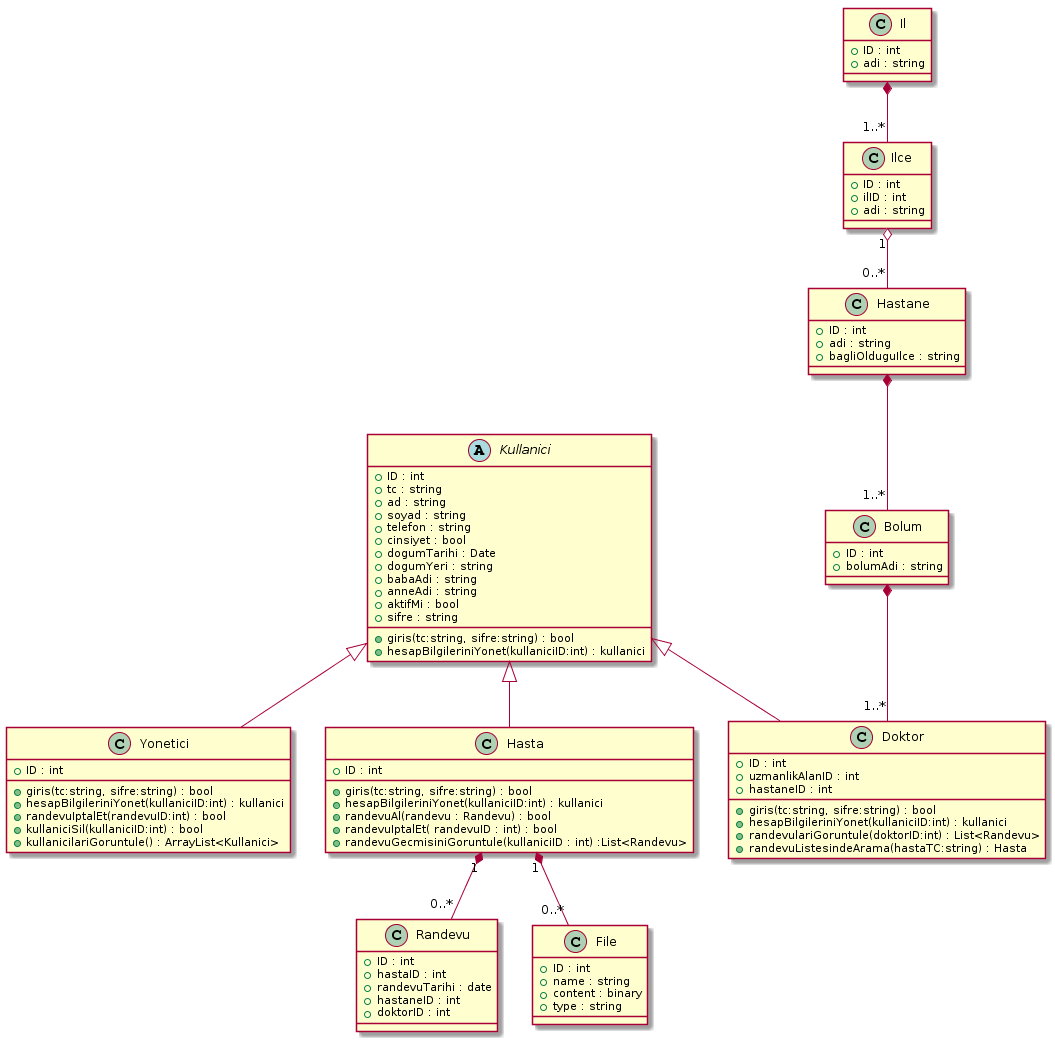
Earlier version of the PlantUML export HastaneRandevuSistemi/UML/ClassDiagram/classDiagram.png (yasamilten/TasarimOruntuleri). Its diagram source:
```plantuml
@startuml
abstract  class Kullanici {
  +{field} ID : int
  +{field} tc : string
  +{field} ad : string
  +{field} soyad : string
  +{field} telefon : string
  +{field} cinsiyet : bool
  +{field} dogumTarihi : Date
  +{field} dogumYeri : string
  +{field} babaAdi : string
  +{field} anneAdi : string
  +{field} aktifMi : bool
  +{field} sifre : string
  +{method} giris(tc:string, sifre:string) : bool
  +{method} hesapBilgileriniYonet(kullaniciID:int) : kullanici
}

Kullanici <|-- Yonetici

class Yonetici{
    +{field} ID : int
    +{method} giris(tc:string, sifre:string) : bool
    +{method} hesapBilgileriniYonet(kullaniciID:int) : kullanici
    +{method} randevuIptalEt(randevuID:int) : bool
    +{method} kullaniciSil(kullaniciID:int) : bool
    +{method} kullanicilariGoruntule() : ArrayList<Kullanici>
}

Kullanici <|-- Doktor

class Doktor{
    +{field} ID : int
    +{field} uzmanlikAlanID : int
    +{field} hastaneID : int
    +{method} giris(tc:string, sifre:string) : bool
    +{method} hesapBilgileriniYonet(kullaniciID:int) : kullanici
    +{method} randevulariGoruntule(doktorID:int) : List<Randevu>
    +{method} randevuListesindeArama(hastaTC:string) : Hasta
}

Kullanici <|-- Hasta

class Hasta{
    +{field} ID : int
    +{method} giris(tc:string, sifre:string) : bool
    +{method} hesapBilgileriniYonet(kullaniciID:int) : kullanici
    +{method} randevuAl(randevu : Randevu) : bool
    +{method} randevuIptalEt( randevuID : int) : bool
    +{method} randevuGecmisiniGoruntule(kullaniciID : int) :List<Randevu>
}

class Hastane{
    +{field} ID : int
    +{field} adi : string
    +{field} bagliOlduguIlce : string
}

class Il{
 +{field} ID : int
 +{field} adi : string
}

class Ilce{
 +{field} ID : int
 +{field} ilID : int
 +{field} adi : string
}

class Bolum{
    +{field} ID : int
    +{field} bolumAdi : string
}

class Randevu{
    +{field} ID : int
    +{field} hastaID : int
    +{field} randevuTarihi : date
    +{field} hastaneID : int
    +{field} doktorID : int
}

class File{
    +{field} ID : int
    +{field} name : string
    +{field} content : binary
    +{field} type : string
}

Il  *-- "1..*" Ilce

Hastane  *-- "1..*" Bolum

Bolum *-- "1..*" Doktor

Hasta "1" *-- "0..*" Randevu

Ilce "1" o-- "0..*" Hastane

Hasta "1" *-- "0..*" File
@enduml
```
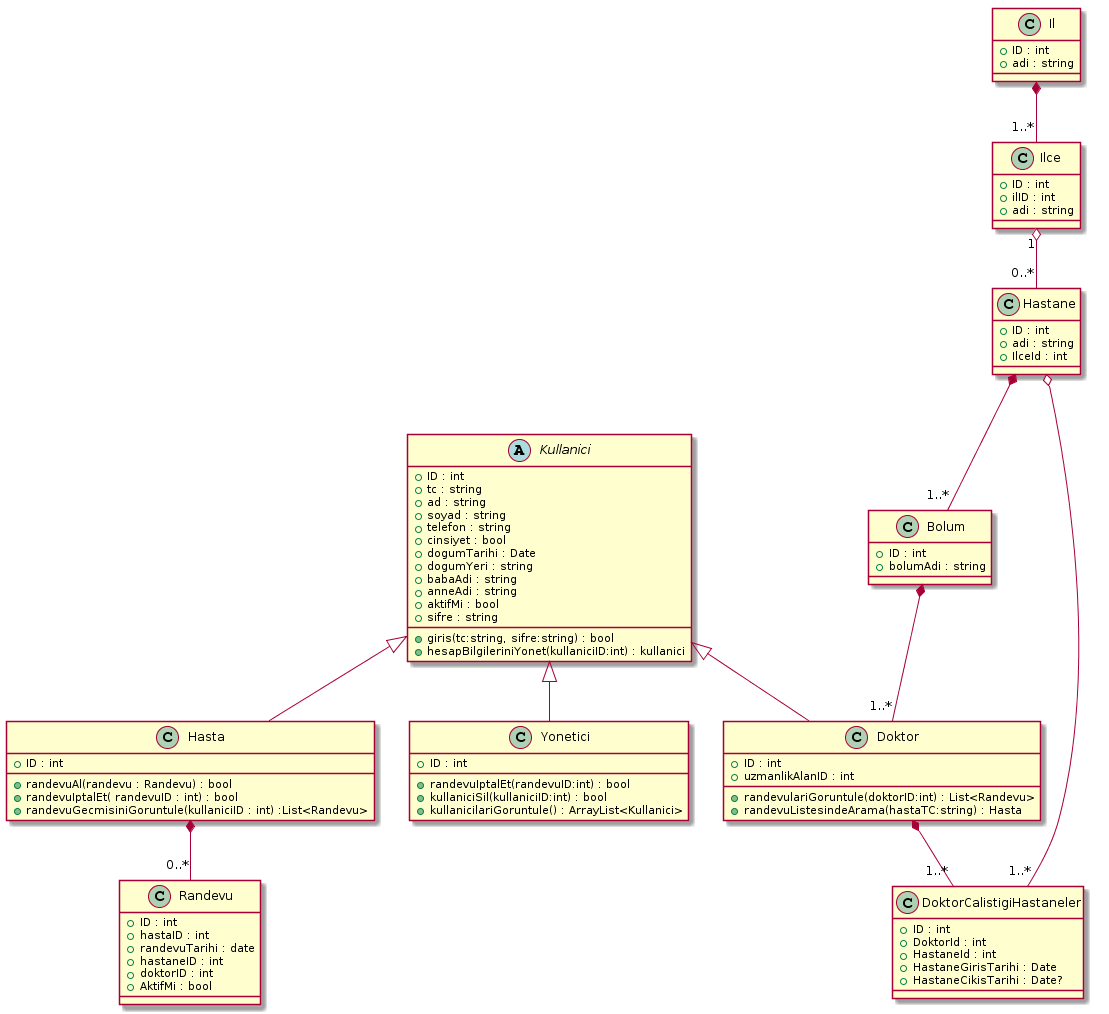
Above is the later version.

Diff of the diagram source:
```diff
@@ -20,8 +20,6 @@
 
 class Yonetici{
     +{field} ID : int
-    +{method} giris(tc:string, sifre:string) : bool
-    +{method} hesapBilgileriniYonet(kullaniciID:int) : kullanici
     +{method} randevuIptalEt(randevuID:int) : bool
     +{method} kullaniciSil(kullaniciID:int) : bool
     +{method} kullanicilariGoruntule() : ArrayList<Kullanici>
@@ -32,9 +30,6 @@
 class Doktor{
     +{field} ID : int
     +{field} uzmanlikAlanID : int
-    +{field} hastaneID : int
-    +{method} giris(tc:string, sifre:string) : bool
-    +{method} hesapBilgileriniYonet(kullaniciID:int) : kullanici
     +{method} randevulariGoruntule(doktorID:int) : List<Randevu>
     +{method} randevuListesindeArama(hastaTC:string) : Hasta
 }
@@ -43,8 +38,6 @@
 
 class Hasta{
     +{field} ID : int
-    +{method} giris(tc:string, sifre:string) : bool
-    +{method} hesapBilgileriniYonet(kullaniciID:int) : kullanici
     +{method} randevuAl(randevu : Randevu) : bool
     +{method} randevuIptalEt( randevuID : int) : bool
     +{method} randevuGecmisiniGoruntule(kullaniciID : int) :List<Randevu>
@@ -53,7 +46,7 @@
 class Hastane{
     +{field} ID : int
     +{field} adi : string
-    +{field} bagliOlduguIlce : string
+    +{field} IlceId : int
 }
 
 class Il{
@@ -78,14 +71,18 @@
     +{field} randevuTarihi : date
     +{field} hastaneID : int
     +{field} doktorID : int
+    +{field} AktifMi : bool
+
 }
 
-class File{
+class DoktorCalistigiHastaneler{
     +{field} ID : int
-    +{field} name : string
-    +{field} content : binary
-    +{field} type : string
+    +{field} DoktorId : int
+    +{field} HastaneId : int
+    +{field} HastaneGirisTarihi : Date
+    +{field} HastaneCikisTarihi : Date?
 }
+
 
 Il  *-- "1..*" Ilce
 
@@ -93,9 +90,11 @@
 
 Bolum *-- "1..*" Doktor
 
-Hasta "1" *-- "0..*" Randevu
+Hasta *-- "0..*" Randevu
 
 Ilce "1" o-- "0..*" Hastane
 
-Hasta "1" *-- "0..*" File
+Doktor *-- "1..*" DoktorCalistigiHastaneler
+
+Hastane o-- "1..*" DoktorCalistigiHastaneler
 @enduml
```
